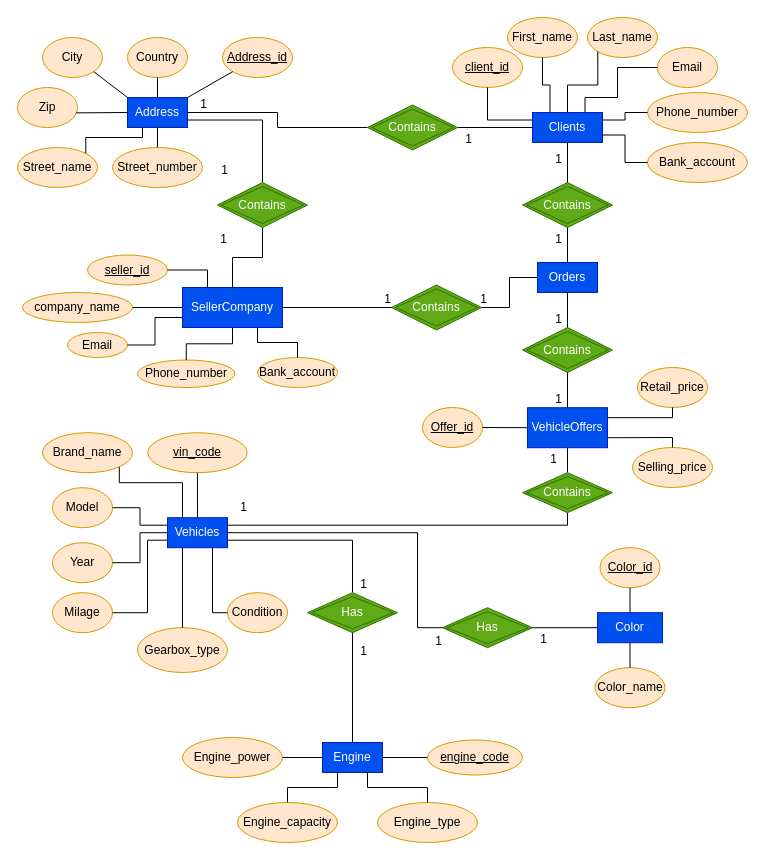
This is Chen notation.drawio from kstekels/Car-Marketplace, a draw.io file, before an edit. Source tidied: cells renumbered, new cells numbered last; positions are measured from the earlier drawing's top-left corner, leaving out a move shared by most shapes. Both pictures are drawn from the tidied source at 100%, with x=0, y=0 at pixel (17, 17).
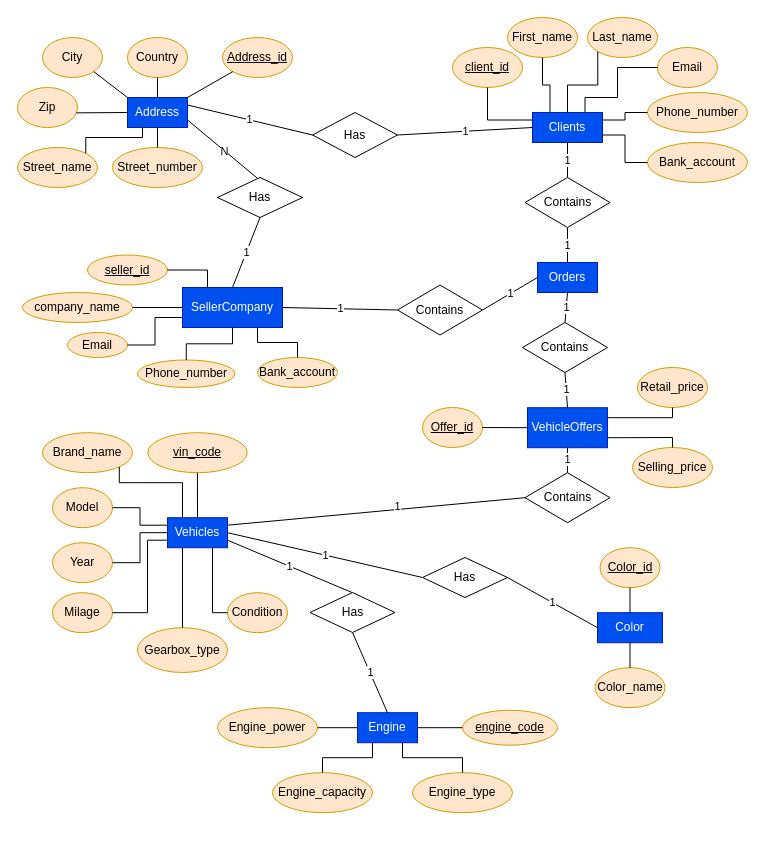
Above is the later version.

Unchanged cells that the change refers to:
```xml
<mxCell id="2" value="Clients" style="rounded=0;whiteSpace=wrap;html=1;fillColor=#0050ef;strokeColor=#001DBC;fontColor=#ffffff;" parent="1" vertex="1">
  <mxGeometry x="515" y="95" width="70" height="30" as="geometry" />
</mxCell>
<mxCell id="3" value="Address" style="rounded=0;whiteSpace=wrap;html=1;fillColor=#0050ef;fontColor=#ffffff;strokeColor=#001DBC;" parent="1" vertex="1">
  <mxGeometry x="110" y="80" width="60" height="30" as="geometry" />
</mxCell>
<mxCell id="4" value="SellerCompany" style="rounded=0;whiteSpace=wrap;html=1;fillColor=#0050ef;fontColor=#ffffff;strokeColor=#001DBC;" parent="1" vertex="1">
  <mxGeometry x="165" y="270" width="100" height="40" as="geometry" />
</mxCell>
<mxCell id="5" value="Orders" style="rounded=0;whiteSpace=wrap;html=1;fillColor=#0050ef;fontColor=#ffffff;strokeColor=#001DBC;" parent="1" vertex="1">
  <mxGeometry x="520" y="245" width="60" height="30" as="geometry" />
</mxCell>
<mxCell id="6" value="VehicleOffers" style="rounded=0;whiteSpace=wrap;html=1;fillColor=#0050ef;fontColor=#ffffff;strokeColor=#001DBC;" parent="1" vertex="1">
  <mxGeometry x="510" y="390.2" width="80" height="40" as="geometry" />
</mxCell>
<mxCell id="7" value="Vehicles" style="rounded=0;whiteSpace=wrap;html=1;fillColor=#0050ef;fontColor=#ffffff;strokeColor=#001DBC;" parent="1" vertex="1">
  <mxGeometry x="150" y="500.2" width="60" height="30" as="geometry" />
</mxCell>
<mxCell id="9" value="Color" style="rounded=0;whiteSpace=wrap;html=1;fillColor=#0050ef;fontColor=#ffffff;strokeColor=#001DBC;" parent="1" vertex="1">
  <mxGeometry x="580" y="595.2" width="65" height="30" as="geometry" />
</mxCell>
```

Change to the diagram source:
```diff
@@
     <mxCell id="8" value="Engine" style="rounded=0;whiteSpace=wrap;html=1;fillColor=#0050ef;fontColor=#ffffff;strokeColor=#001DBC;" parent="1" vertex="1">
-      <mxGeometry x="305" y="725" width="60" height="30" as="geometry" />
+      <mxGeometry x="340" y="695.2" width="60" height="30" as="geometry" />
     </mxCell>
@@
-    <mxCell id="19" style="endArrow=none;html=1;rounded=0;entryX=0;entryY=0.5;entryDx=0;entryDy=0;edgeStyle=orthogonalEdgeStyle;exitX=1;exitY=0.5;exitDx=0;exitDy=0;" parent="1" edge="1" source="96" target="2">
+    <mxCell id="19" value="1" style="endArrow=none;html=1;rounded=0;entryX=0;entryY=0.5;entryDx=0;entryDy=0;exitX=1;exitY=0.5;exitDx=0;exitDy=0;" parent="1" edge="1" source="117" target="2">
       <mxGeometry relative="1" as="geometry" />
     </mxCell>
-    <mxCell id="20" value="1" style="html=1;align=right;verticalAlign=bottom;" parent="19" vertex="1">
-      <mxGeometry x="1" relative="1" as="geometry">
-        <mxPoint x="-60" y="20" as="offset" />
-      </mxGeometry>
-    </mxCell>
-    <mxCell id="21" style="endArrow=none;html=1;rounded=0;entryX=1;entryY=0.5;entryDx=0;entryDy=0;exitX=0;exitY=0.5;exitDx=0;exitDy=0;edgeStyle=orthogonalEdgeStyle;" parent="1" edge="1" source="96" target="3">
-      <mxGeometry relative="1" as="geometry" />
-    </mxCell>
-    <mxCell id="22" value="1" style="html=1;align=right;verticalAlign=bottom;" parent="21" vertex="1">
-      <mxGeometry x="1" relative="1" as="geometry">
-        <mxPoint x="20" as="offset" />
-      </mxGeometry>
-    </mxCell>
@@
-    <mxCell id="36" style="endArrow=none;html=1;rounded=0;entryX=0.5;entryY=0;entryDx=0;entryDy=0;exitX=0.5;exitY=1;exitDx=0;exitDy=0;edgeStyle=orthogonalEdgeStyle;" parent="1" edge="1" source="83" target="4">
+    <mxCell id="36" value="1" style="endArrow=none;html=1;rounded=0;entryX=0.5;entryY=0;entryDx=0;entryDy=0;exitX=0.5;exitY=1;exitDx=0;exitDy=0;" parent="1" edge="1" source="119" target="4">
       <mxGeometry relative="1" as="geometry" />
     </mxCell>
-    <mxCell id="37" value="1" style="html=1;align=right;verticalAlign=bottom;direction=south;" parent="36" vertex="1">
-      <mxGeometry x="1" relative="1" as="geometry">
-        <mxPoint x="-5" y="-40" as="offset" />
-      </mxGeometry>
-    </mxCell>
-    <mxCell id="38" style="endArrow=none;html=1;rounded=0;entryX=1;entryY=0.75;entryDx=0;entryDy=0;edgeStyle=orthogonalEdgeStyle;exitX=0.5;exitY=0;exitDx=0;exitDy=0;" parent="1" edge="1" source="83" target="3">
+    <mxCell id="38" value="&lt;div&gt;N &lt;/div&gt;" style="endArrow=none;html=1;rounded=0;entryX=1;entryY=0.75;entryDx=0;entryDy=0;exitX=0.5;exitY=0;exitDx=0;exitDy=0;targetPerimeterSpacing=0;spacingLeft=5;spacingBottom=0;spacingRight=5;" parent="1" edge="1" target="3">
       <mxGeometry relative="1" as="geometry">
-        <Array as="points">
-          <mxPoint x="245" y="103" />
-        </Array>
+        <mxPoint x="245" y="165" as="sourcePoint" />
       </mxGeometry>
     </mxCell>
-    <mxCell id="39" value="1" style="html=1;align=right;verticalAlign=bottom;" parent="38" vertex="1">
-      <mxGeometry x="1" relative="1" as="geometry">
-        <mxPoint x="41" y="58" as="offset" />
-      </mxGeometry>
-    </mxCell>
-    <mxCell id="40" value="Contains" style="shape=rhombus;double=1;perimeter=rhombusPerimeter;whiteSpace=wrap;html=1;align=center;fillColor=#60a917;fontColor=#ffffff;strokeColor=#2D7600;" parent="1" vertex="1">
-      <mxGeometry x="374" y="267.5" width="90" height="45" as="geometry" />
-    </mxCell>
-    <mxCell id="41" value="Contains" style="shape=rhombus;double=1;perimeter=rhombusPerimeter;whiteSpace=wrap;html=1;align=center;fillColor=#60a917;fontColor=#ffffff;strokeColor=#2D7600;" parent="1" vertex="1">
-      <mxGeometry x="505" y="310" width="90" height="45" as="geometry" />
-    </mxCell>
-    <mxCell id="42" value="Contains" style="shape=rhombus;double=1;perimeter=rhombusPerimeter;whiteSpace=wrap;html=1;align=center;fillColor=#60a917;fontColor=#ffffff;strokeColor=#2D7600;" parent="1" vertex="1">
-      <mxGeometry x="505" y="165" width="90" height="45" as="geometry" />
-    </mxCell>
@@
-    <mxCell id="45" style="endArrow=none;html=1;rounded=0;entryX=0.5;entryY=1;entryDx=0;entryDy=0;exitX=0.5;exitY=0;exitDx=0;exitDy=0;" parent="1" edge="1" source="81" target="6">
+    <mxCell id="45" value="1" style="endArrow=none;html=1;rounded=0;entryX=0.5;entryY=1;entryDx=0;entryDy=0;exitX=0.5;exitY=0;exitDx=0;exitDy=0;" parent="1" edge="1" source="123" target="6">
       <mxGeometry relative="1" as="geometry" />
     </mxCell>
-    <mxCell id="46" value="1" style="html=1;align=right;verticalAlign=bottom;" parent="45" vertex="1">
-      <mxGeometry x="1" relative="1" as="geometry">
-        <mxPoint x="-10" y="20" as="offset" />
-      </mxGeometry>
-    </mxCell>
-    <mxCell id="47" style="endArrow=none;html=1;rounded=0;entryX=1;entryY=0.25;entryDx=0;entryDy=0;edgeStyle=orthogonalEdgeStyle;exitX=0.5;exitY=1;exitDx=0;exitDy=0;" parent="1" edge="1" source="81" target="7">
+    <mxCell id="47" style="endArrow=none;html=1;rounded=0;entryX=1;entryY=0.25;entryDx=0;entryDy=0;exitX=0;exitY=0.5;exitDx=0;exitDy=0;" parent="1" edge="1" source="123" target="7">
       <mxGeometry relative="1" as="geometry" />
     </mxCell>
-    <mxCell id="48" value="1" style="html=1;align=right;verticalAlign=bottom;" parent="47" vertex="1">
-      <mxGeometry x="1" relative="1" as="geometry">
-        <mxPoint x="20" y="-10" as="offset" />
-      </mxGeometry>
-    </mxCell>
+    <mxCell id="116" value="1" style="edgeLabel;html=1;align=center;verticalAlign=middle;" parent="47" vertex="1">
+      <mxGeometry x="-0.14" y="-3" relative="1" as="geometry" />
+    </mxCell>
@@
     <mxCell id="59" value="&lt;u&gt;engine_code&lt;/u&gt;" style="ellipse;whiteSpace=wrap;html=1;fillColor=#ffe6cc;strokeColor=#d79b00;" parent="1" vertex="1">
-      <mxGeometry x="410" y="722.5" width="95" height="35" as="geometry" />
+      <mxGeometry x="445" y="692.7" width="95" height="35" as="geometry" />
     </mxCell>
@@
-    <mxCell id="61" style="endArrow=none;html=1;rounded=0;entryX=1;entryY=0.75;entryDx=0;entryDy=0;edgeStyle=orthogonalEdgeStyle;exitX=0.5;exitY=0;exitDx=0;exitDy=0;" parent="1" edge="1" source="82" target="7">
-      <mxGeometry relative="1" as="geometry" />
+    <mxCell id="61" value="1" style="endArrow=none;html=1;rounded=0;entryX=1;entryY=0.75;entryDx=0;entryDy=0;exitX=0.5;exitY=0;exitDx=0;exitDy=0;" parent="1" edge="1" target="7">
+      <mxGeometry relative="1" as="geometry">
+        <mxPoint x="335" y="575.2" as="sourcePoint" />
+      </mxGeometry>
     </mxCell>
-    <mxCell id="62" value="1" style="html=1;align=right;verticalAlign=bottom;" parent="61" vertex="1">
-      <mxGeometry x="1" relative="1" as="geometry">
-        <mxPoint x="140" y="52" as="offset" />
-      </mxGeometry>
-    </mxCell>
@@
     <mxCell id="66" value="Engine_capacity" style="ellipse;whiteSpace=wrap;html=1;fillColor=#ffe6cc;strokeColor=#d79b00;" parent="1" vertex="1">
-      <mxGeometry x="220" y="785" width="100" height="40" as="geometry" />
+      <mxGeometry x="255" y="755.2" width="100" height="40" as="geometry" />
     </mxCell>
     <mxCell id="67" value="Engine_type" style="ellipse;whiteSpace=wrap;html=1;fillColor=#ffe6cc;strokeColor=#d79b00;" parent="1" vertex="1">
-      <mxGeometry x="360" y="785" width="100" height="40" as="geometry" />
+      <mxGeometry x="395" y="755.2" width="100" height="40" as="geometry" />
     </mxCell>
     <mxCell id="68" value="Engine_power" style="ellipse;whiteSpace=wrap;html=1;fillColor=#ffe6cc;strokeColor=#d79b00;" parent="1" vertex="1">
-      <mxGeometry x="165" y="720" width="100" height="40" as="geometry" />
+      <mxGeometry x="200" y="690.2" width="100" height="40" as="geometry" />
     </mxCell>
@@
-    <mxCell id="81" value="Contains" style="shape=rhombus;double=1;perimeter=rhombusPerimeter;whiteSpace=wrap;html=1;align=center;fillColor=#60a917;fontColor=#ffffff;strokeColor=#2D7600;" parent="1" vertex="1">
-      <mxGeometry x="505" y="455.2" width="90" height="40" as="geometry" />
-    </mxCell>
-    <mxCell id="82" value="Has" style="shape=rhombus;double=1;perimeter=rhombusPerimeter;whiteSpace=wrap;html=1;align=center;fillColor=#60a917;fontColor=#ffffff;strokeColor=#2D7600;" parent="1" vertex="1">
-      <mxGeometry x="290" y="575.2" width="90" height="40" as="geometry" />
-    </mxCell>
-    <mxCell id="83" value="Contains" style="shape=rhombus;double=1;perimeter=rhombusPerimeter;whiteSpace=wrap;html=1;align=center;fillColor=#60a917;fontColor=#ffffff;strokeColor=#2D7600;" parent="1" vertex="1">
-      <mxGeometry x="200" y="165" width="90" height="45" as="geometry" />
-    </mxCell>
@@
-    <mxCell id="96" value="Contains" style="shape=rhombus;double=1;perimeter=rhombusPerimeter;whiteSpace=wrap;html=1;align=center;fillColor=#60a917;fontColor=#ffffff;strokeColor=#2D7600;" parent="1" vertex="1">
-      <mxGeometry x="350" y="87.5" width="90" height="45" as="geometry" />
-    </mxCell>
-    <mxCell id="97" style="endArrow=none;html=1;rounded=0;entryX=0;entryY=0.5;entryDx=0;entryDy=0;exitX=1;exitY=0.5;exitDx=0;exitDy=0;edgeStyle=orthogonalEdgeStyle;" parent="1" edge="1" source="40" target="5">
+    <mxCell id="97" value="1" style="endArrow=none;html=1;rounded=0;entryX=0;entryY=0.5;entryDx=0;entryDy=0;exitX=1;exitY=0.5;exitDx=0;exitDy=0;" parent="1" edge="1" source="120" target="5">
       <mxGeometry relative="1" as="geometry" />
     </mxCell>
-    <mxCell id="98" value="1" style="html=1;align=right;verticalAlign=bottom;" parent="97" vertex="1">
-      <mxGeometry x="1" relative="1" as="geometry">
-        <mxPoint x="-50" y="30" as="offset" />
-      </mxGeometry>
-    </mxCell>
-    <mxCell id="99" style="endArrow=none;html=1;rounded=0;entryX=0.5;entryY=1;entryDx=0;entryDy=0;exitX=0.5;exitY=0;exitDx=0;exitDy=0;" parent="1" edge="1" source="41" target="5">
+    <mxCell id="99" value="1" style="endArrow=none;html=1;rounded=0;entryX=0.5;entryY=1;entryDx=0;entryDy=0;exitX=0.5;exitY=0;exitDx=0;exitDy=0;" parent="1" edge="1" source="122" target="5">
       <mxGeometry relative="1" as="geometry" />
     </mxCell>
-    <mxCell id="100" value="1" style="html=1;align=right;verticalAlign=bottom;" parent="99" vertex="1">
-      <mxGeometry x="1" relative="1" as="geometry">
-        <mxPoint x="-5" y="35" as="offset" />
-      </mxGeometry>
-    </mxCell>
-    <mxCell id="101" style="endArrow=none;html=1;rounded=0;entryX=0.5;entryY=0;entryDx=0;entryDy=0;exitX=0.5;exitY=1;exitDx=0;exitDy=0;" parent="1" edge="1" source="42" target="5">
+    <mxCell id="101" value="1" style="endArrow=none;html=1;rounded=0;entryX=0.5;entryY=0;entryDx=0;entryDy=0;exitX=0.5;exitY=1;exitDx=0;exitDy=0;" parent="1" edge="1" source="121" target="5">
       <mxGeometry relative="1" as="geometry" />
     </mxCell>
-    <mxCell id="102" value="1" style="html=1;align=right;verticalAlign=bottom;" parent="101" vertex="1">
-      <mxGeometry x="1" relative="1" as="geometry">
-        <mxPoint x="-5" y="-15" as="offset" />
-      </mxGeometry>
-    </mxCell>
-    <mxCell id="103" value="Has" style="shape=rhombus;double=1;perimeter=rhombusPerimeter;whiteSpace=wrap;html=1;align=center;fillColor=#60a917;fontColor=#ffffff;strokeColor=#2D7600;" parent="1" vertex="1">
-      <mxGeometry x="425" y="590.2" width="90" height="40" as="geometry" />
-    </mxCell>
-    <mxCell id="104" style="endArrow=none;html=1;rounded=0;entryX=1;entryY=0.5;entryDx=0;entryDy=0;edgeStyle=orthogonalEdgeStyle;exitX=0;exitY=0.5;exitDx=0;exitDy=0;" parent="1" edge="1" source="103" target="7">
-      <mxGeometry relative="1" as="geometry">
-        <Array as="points">
-          <mxPoint x="400" y="610" />
-          <mxPoint x="400" y="515" />
-        </Array>
-      </mxGeometry>
+    <mxCell id="104" value="1" style="endArrow=none;html=1;rounded=0;entryX=1;entryY=0.5;entryDx=0;entryDy=0;exitX=0;exitY=0.5;exitDx=0;exitDy=0;" parent="1" edge="1" source="125" target="7">
+      <mxGeometry relative="1" as="geometry" />
     </mxCell>
-    <mxCell id="105" value="1" style="html=1;align=right;verticalAlign=bottom;" parent="104" vertex="1">
-      <mxGeometry x="1" relative="1" as="geometry">
-        <mxPoint x="215" y="117" as="offset" />
-      </mxGeometry>
-    </mxCell>
-    <mxCell id="106" value="1" style="html=1;align=right;verticalAlign=bottom;" parent="104" vertex="1">
-      <mxGeometry x="1" relative="1" as="geometry">
-        <mxPoint x="320" y="115" as="offset" />
-      </mxGeometry>
-    </mxCell>
-    <mxCell id="107" value="1" style="html=1;align=right;verticalAlign=bottom;" parent="104" vertex="1">
-      <mxGeometry x="1" relative="1" as="geometry">
-        <mxPoint x="140" y="127" as="offset" />
-      </mxGeometry>
-    </mxCell>
-    <mxCell id="108" style="endArrow=none;html=1;rounded=0;entryX=0.5;entryY=0;entryDx=0;entryDy=0;exitX=0.5;exitY=1;exitDx=0;exitDy=0;" parent="1" edge="1" source="2" target="42">
+    <mxCell id="108" value="1" style="endArrow=none;html=1;rounded=0;entryX=0.5;entryY=0;entryDx=0;entryDy=0;exitX=0.5;exitY=1;exitDx=0;exitDy=0;" parent="1" edge="1" source="2" target="121">
       <mxGeometry relative="1" as="geometry" />
     </mxCell>
-    <mxCell id="109" value="1" style="html=1;align=right;verticalAlign=bottom;" parent="108" vertex="1">
-      <mxGeometry x="1" relative="1" as="geometry">
-        <mxPoint x="-5" y="-15" as="offset" />
-      </mxGeometry>
-    </mxCell>
-    <mxCell id="110" style="endArrow=none;html=1;rounded=0;entryX=0.5;entryY=1;entryDx=0;entryDy=0;exitX=0.5;exitY=0;exitDx=0;exitDy=0;" parent="1" edge="1" source="6" target="41">
+    <mxCell id="110" value="1" style="endArrow=none;html=1;rounded=0;entryX=0.5;entryY=1;entryDx=0;entryDy=0;exitX=0.5;exitY=0;exitDx=0;exitDy=0;" parent="1" edge="1" source="6" target="122">
       <mxGeometry relative="1" as="geometry" />
     </mxCell>
-    <mxCell id="111" value="1" style="html=1;align=right;verticalAlign=bottom;" parent="110" vertex="1">
-      <mxGeometry x="1" relative="1" as="geometry">
-        <mxPoint x="-5" y="35" as="offset" />
-      </mxGeometry>
-    </mxCell>
-    <mxCell id="112" style="endArrow=none;html=1;rounded=0;entryX=0;entryY=0.5;entryDx=0;entryDy=0;exitX=1;exitY=0.5;exitDx=0;exitDy=0;" parent="1" edge="1" source="4" target="40">
+    <mxCell id="112" value="1" style="endArrow=none;html=1;rounded=0;entryX=0;entryY=0.5;entryDx=0;entryDy=0;exitX=1;exitY=0.5;exitDx=0;exitDy=0;" parent="1" edge="1" source="4" target="120">
       <mxGeometry relative="1" as="geometry" />
     </mxCell>
-    <mxCell id="113" value="1" style="html=1;align=right;verticalAlign=bottom;" parent="112" vertex="1">
-      <mxGeometry x="1" relative="1" as="geometry" />
-    </mxCell>
-    <mxCell id="114" style="endArrow=none;html=1;rounded=0;exitX=0;exitY=0.5;exitDx=0;exitDy=0;entryX=1;entryY=0.5;entryDx=0;entryDy=0;" parent="1" edge="1" source="9" target="103">
+    <mxCell id="114" value="1" style="endArrow=none;html=1;rounded=0;exitX=0;exitY=0.5;exitDx=0;exitDy=0;entryX=1;entryY=0.5;entryDx=0;entryDy=0;" parent="1" edge="1" source="9" target="125">
       <mxGeometry relative="1" as="geometry" />
     </mxCell>
-    <mxCell id="115" style="endArrow=none;html=1;rounded=0;exitX=0.5;exitY=1;exitDx=0;exitDy=0;entryX=0.5;entryY=0;entryDx=0;entryDy=0;" parent="1" edge="1" source="82" target="8">
+    <mxCell id="115" value="1" style="endArrow=none;html=1;rounded=0;entryX=0.5;entryY=0;entryDx=0;entryDy=0;exitX=0.5;exitY=1;exitDx=0;exitDy=0;" parent="1" edge="1" source="124" target="8">
       <mxGeometry relative="1" as="geometry" />
     </mxCell>
+    <mxCell id="117" value="Has" style="shape=rhombus;perimeter=rhombusPerimeter;whiteSpace=wrap;html=1;align=center;" parent="1" vertex="1">
+      <mxGeometry x="295" y="95" width="85" height="45" as="geometry" />
+    </mxCell>
+    <mxCell id="118" value="1" style="endArrow=none;html=1;rounded=0;entryX=0;entryY=0.5;entryDx=0;entryDy=0;exitX=1;exitY=0.25;exitDx=0;exitDy=0;elbow=vertical;" parent="1" edge="1" source="3" target="117">
+      <mxGeometry relative="1" as="geometry" />
+    </mxCell>
+    <mxCell id="119" value="Has" style="shape=rhombus;perimeter=rhombusPerimeter;whiteSpace=wrap;html=1;align=center;" parent="1" vertex="1">
+      <mxGeometry x="200" y="160" width="85" height="40" as="geometry" />
+    </mxCell>
+    <mxCell id="120" value="Contains" style="shape=rhombus;perimeter=rhombusPerimeter;whiteSpace=wrap;html=1;align=center;" parent="1" vertex="1">
+      <mxGeometry x="380" y="267.5" width="85" height="50" as="geometry" />
+    </mxCell>
+    <mxCell id="121" value="Contains" style="shape=rhombus;perimeter=rhombusPerimeter;whiteSpace=wrap;html=1;align=center;" parent="1" vertex="1">
+      <mxGeometry x="507.5" y="160" width="85" height="50" as="geometry" />
+    </mxCell>
+    <mxCell id="122" value="Contains" style="shape=rhombus;perimeter=rhombusPerimeter;whiteSpace=wrap;html=1;align=center;" parent="1" vertex="1">
+      <mxGeometry x="505" y="305" width="85" height="50" as="geometry" />
+    </mxCell>
+    <mxCell id="123" value="Contains" style="shape=rhombus;perimeter=rhombusPerimeter;whiteSpace=wrap;html=1;align=center;" parent="1" vertex="1">
+      <mxGeometry x="507.5" y="455.2" width="85" height="50" as="geometry" />
+    </mxCell>
+    <mxCell id="124" value="Has" style="shape=rhombus;perimeter=rhombusPerimeter;whiteSpace=wrap;html=1;align=center;" parent="1" vertex="1">
+      <mxGeometry x="292.5" y="575" width="85" height="40" as="geometry" />
+    </mxCell>
+    <mxCell id="125" value="Has" style="shape=rhombus;perimeter=rhombusPerimeter;whiteSpace=wrap;html=1;align=center;" parent="1" vertex="1">
+      <mxGeometry x="405" y="540" width="85" height="40" as="geometry" />
+    </mxCell>
```
